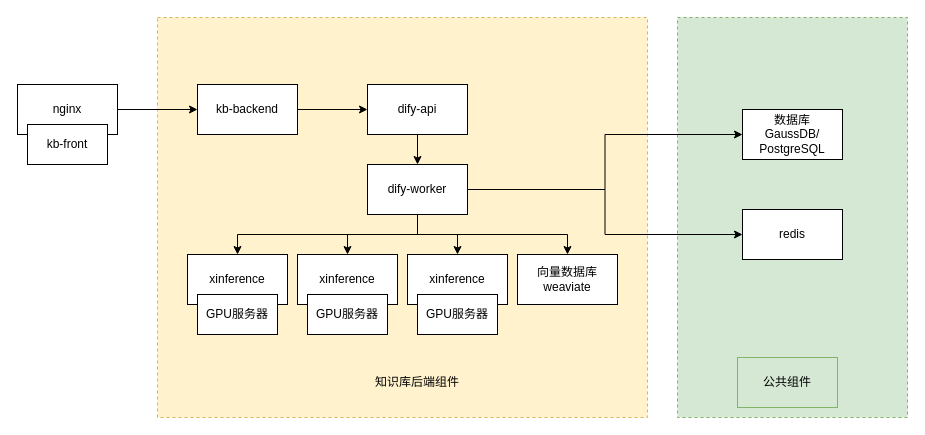
Before: 未命名绘图.drawio in james-li/james-li.github.io, a draw.io diagram. Source tidied: cells renumbered, new cells numbered last; positions are measured from the earlier drawing's top-left corner, leaving out a move shared by most shapes. Both pictures are drawn from the tidied source at 100%, with x=0, y=0 at pixel (17, 17).
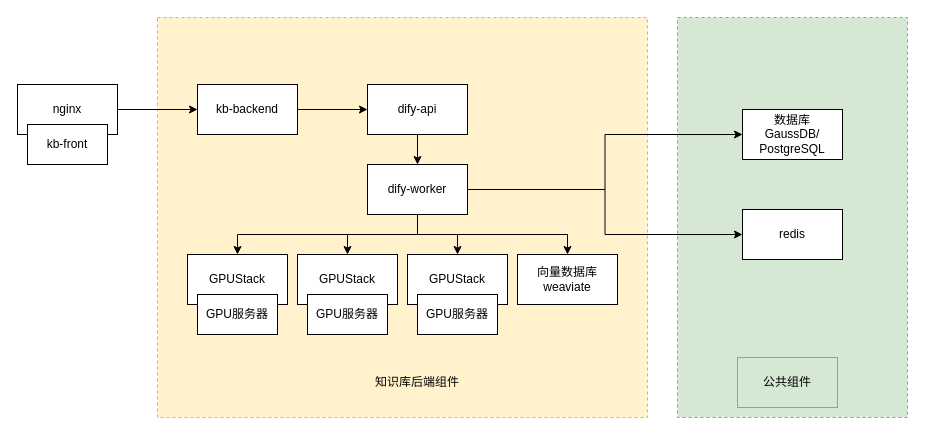
The same diagram, later.

Commit message:
更新未命名绘图.drawio

What changed in the source:
```diff
@@
-    <mxCell id="15" value="xinference" style="rounded=0;whiteSpace=wrap;html=1;" parent="1" vertex="1">
+    <mxCell id="15" value="GPUStack" style="rounded=0;whiteSpace=wrap;html=1;" parent="1" vertex="1">
       <mxGeometry x="170" y="237" width="100" height="50" as="geometry" />
     </mxCell>
-    <mxCell id="16" value="xinference" style="rounded=0;whiteSpace=wrap;html=1;" parent="1" vertex="1">
+    <mxCell id="16" value="GPUStack" style="rounded=0;whiteSpace=wrap;html=1;" parent="1" vertex="1">
       <mxGeometry x="280" y="237" width="100" height="50" as="geometry" />
     </mxCell>
-    <mxCell id="17" value="xinference" style="rounded=0;whiteSpace=wrap;html=1;" parent="1" vertex="1">
+    <mxCell id="17" value="GPUStack" style="rounded=0;whiteSpace=wrap;html=1;" parent="1" vertex="1">
       <mxGeometry x="390" y="237" width="100" height="50" as="geometry" />
     </mxCell>
```
